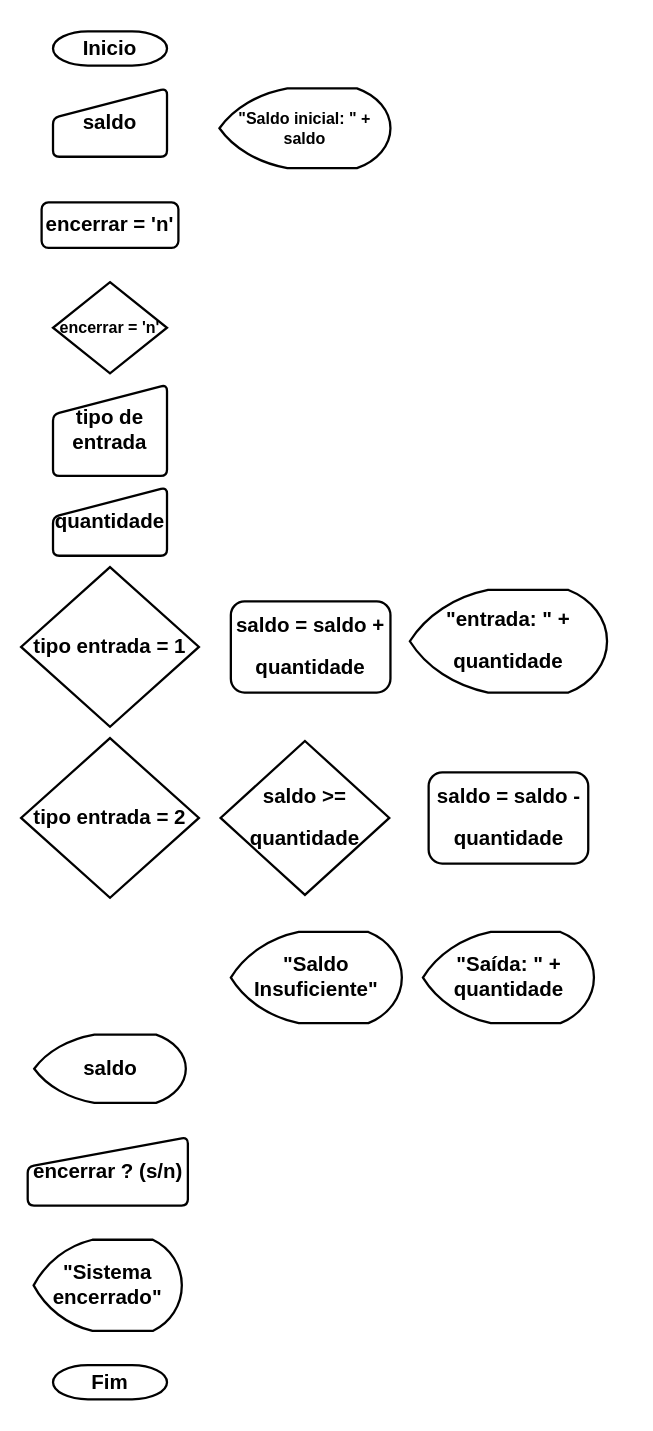
The draw.io diagram situacao-problema-algoritmos.drawio in KellaoDev/simple-js, before the edit. Source tidied: cells renumbered, new cells numbered last; positions are measured from the earlier drawing's top-left corner, leaving out a move shared by most shapes. Both pictures are drawn from the tidied source at 114%, with x=0, y=0 at pixel (21, 31).
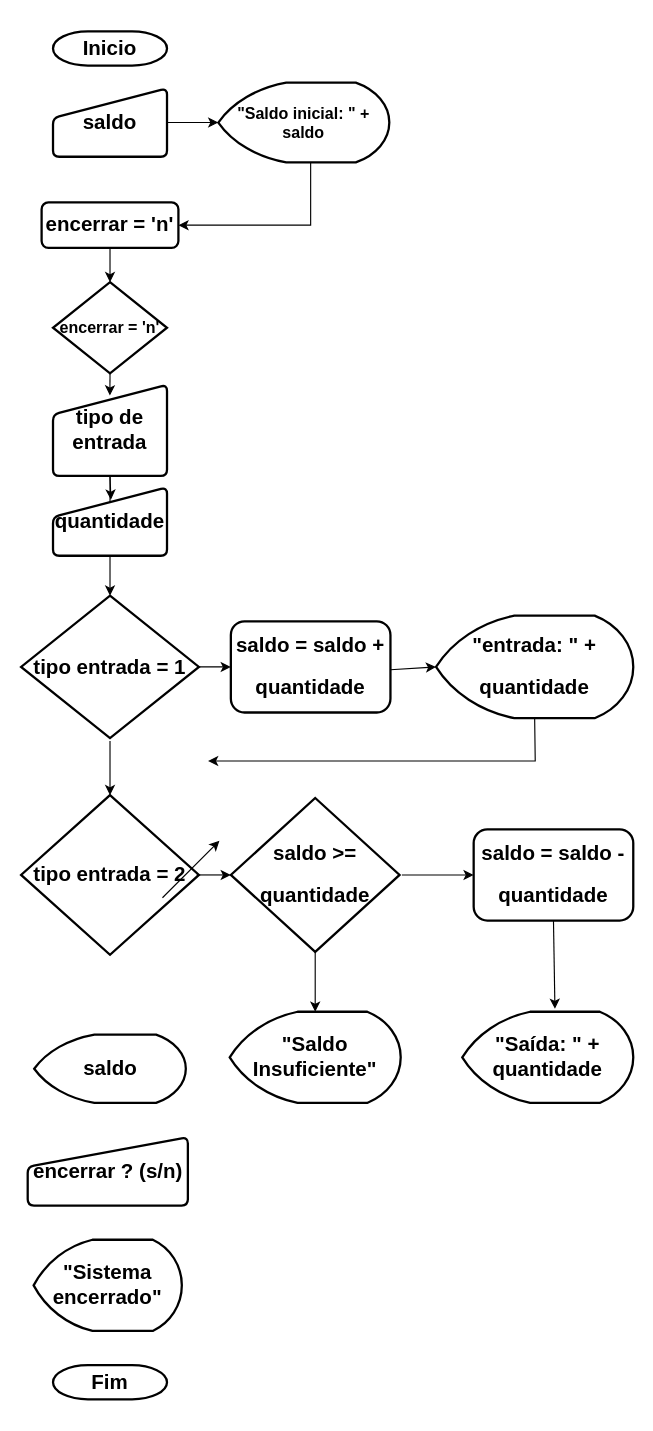
The same page after the edit.

The change refers to these unchanged cells:
```xml
<mxCell id="2" value="&lt;h3&gt;encerrar = 'n'&lt;/h3&gt;" style="strokeWidth=2;html=1;shape=mxgraph.flowchart.decision;whiteSpace=wrap;" parent="1" vertex="1">
  <mxGeometry x="28" y="220" width="100" height="80" as="geometry" />
</mxCell>
<mxCell id="3" value="&lt;h2&gt;saldo&lt;/h2&gt;" style="html=1;strokeWidth=2;shape=manualInput;rounded=1;size=26;arcSize=11;whiteSpace=wrap;" parent="1" vertex="1">
  <mxGeometry x="28" y="50" width="100" height="60" as="geometry" />
</mxCell>
<mxCell id="6" value="&lt;h2&gt;encerrar = 'n'&lt;/h2&gt;" style="rounded=1;whiteSpace=wrap;html=1;strokeWidth=2;" parent="1" vertex="1">
  <mxGeometry x="18" y="150" width="120" height="40" as="geometry" />
</mxCell>
<mxCell id="8" value="&lt;h2&gt;tipo de entrada&lt;/h2&gt;" style="html=1;strokeWidth=2;shape=manualInput;whiteSpace=wrap;rounded=1;size=26;arcSize=11;" parent="1" vertex="1">
  <mxGeometry x="28" y="310" width="100" height="80" as="geometry" />
</mxCell>
<mxCell id="9" value="&lt;h2&gt;quantidade&lt;/h2&gt;" style="html=1;strokeWidth=2;shape=manualInput;whiteSpace=wrap;rounded=1;size=26;arcSize=11;" parent="1" vertex="1">
  <mxGeometry x="28" y="400" width="100" height="60" as="geometry" />
</mxCell>
```

Diff of the diagram source:
```diff
@@
+    <mxCell id="22" style="edgeStyle=orthogonalEdgeStyle;rounded=0;jettySize=auto;html=1;" parent="1" edge="1" source="3" target="4">
+      <mxGeometry relative="1" as="geometry" />
+    </mxCell>
@@
+    <mxCell id="23" style="edgeStyle=orthogonalEdgeStyle;rounded=0;jettySize=auto;html=1;entryX=1;entryY=0.5;entryDx=0;entryDy=0;" parent="1" edge="1" source="4" target="6">
+      <mxGeometry relative="1" as="geometry">
+        <Array as="points">
+          <mxPoint x="254" y="170" />
+        </Array>
+      </mxGeometry>
+    </mxCell>
     <mxCell id="4" value="&lt;h3&gt;&quot;Saldo inicial: &quot; +&lt;br&gt;saldo&lt;/h3&gt;" style="strokeWidth=2;html=1;shape=mxgraph.flowchart.display;whiteSpace=wrap;" parent="1" vertex="1">
-      <mxGeometry x="174" y="50" width="150" height="70" as="geometry" />
+      <mxGeometry x="173" y="45" width="150" height="70" as="geometry" />
     </mxCell>
@@
+    <mxCell id="24" style="edgeStyle=orthogonalEdgeStyle;rounded=0;jettySize=auto;html=1;" parent="1" edge="1" source="6" target="2">
+      <mxGeometry relative="1" as="geometry" />
+    </mxCell>
@@
+    <mxCell id="25" style="edgeStyle=orthogonalEdgeStyle;rounded=0;jettySize=auto;html=1;" parent="1" edge="1" source="8" target="10">
+      <mxGeometry relative="1" as="geometry" />
+    </mxCell>
@@
+    <mxCell id="26" style="edgeStyle=orthogonalEdgeStyle;rounded=0;jettySize=auto;html=1;" parent="1" edge="1" source="10" target="11">
+      <mxGeometry relative="1" as="geometry" />
+    </mxCell>
     <mxCell id="10" value="&lt;h2&gt;tipo entrada = 1&lt;/h2&gt;" style="strokeWidth=2;html=1;shape=mxgraph.flowchart.decision;whiteSpace=wrap;" parent="1" vertex="1">
-      <mxGeometry y="470" width="156" height="140" as="geometry" />
+      <mxGeometry y="495" width="156" height="125" as="geometry" />
     </mxCell>
     <mxCell id="11" value="&lt;h2&gt;saldo = saldo +&lt;/h2&gt;&lt;h2&gt;quantidade&lt;/h2&gt;" style="rounded=1;whiteSpace=wrap;html=1;strokeWidth=2;" parent="1" vertex="1">
-      <mxGeometry x="184" y="500" width="140" height="80" as="geometry" />
+      <mxGeometry x="184" y="517.5" width="140" height="80" as="geometry" />
     </mxCell>
     <mxCell id="12" value="&lt;h2&gt;&quot;entrada: &quot; +&lt;/h2&gt;&lt;h2&gt;quantidade&lt;/h2&gt;" style="strokeWidth=2;html=1;shape=mxgraph.flowchart.display;whiteSpace=wrap;" parent="1" vertex="1">
-      <mxGeometry x="341" y="490" width="173" height="90" as="geometry" />
+      <mxGeometry x="364" y="512.5" width="173" height="90" as="geometry" />
     </mxCell>
     <mxCell id="13" value="&lt;h2&gt;saldo &amp;gt;=&lt;/h2&gt;&lt;h2&gt;quantidade&lt;/h2&gt;" style="strokeWidth=2;html=1;shape=mxgraph.flowchart.decision;whiteSpace=wrap;" parent="1" vertex="1">
-      <mxGeometry x="175" y="622.5" width="148" height="135" as="geometry" />
+      <mxGeometry x="184" y="672.5" width="148" height="135" as="geometry" />
     </mxCell>
     <mxCell id="14" value="&lt;h2&gt;&quot;Saldo Insuficiente&quot;&lt;/h2&gt;" style="strokeWidth=2;html=1;shape=mxgraph.flowchart.display;whiteSpace=wrap;" parent="1" vertex="1">
-      <mxGeometry x="184" y="790" width="150" height="80" as="geometry" />
+      <mxGeometry x="183" y="860" width="150" height="80" as="geometry" />
     </mxCell>
@@
     <mxCell id="18" value="&lt;h2&gt;tipo entrada = 2&lt;/h2&gt;" style="strokeWidth=2;html=1;shape=mxgraph.flowchart.decision;whiteSpace=wrap;" parent="1" vertex="1">
-      <mxGeometry y="620" width="156" height="140" as="geometry" />
+      <mxGeometry y="670" width="156" height="140" as="geometry" />
     </mxCell>
     <mxCell id="19" value="&lt;h2&gt;saldo = saldo -&lt;/h2&gt;&lt;h2&gt;quantidade&lt;/h2&gt;" style="rounded=1;whiteSpace=wrap;html=1;strokeWidth=2;" parent="1" vertex="1">
-      <mxGeometry x="357.5" y="650" width="140" height="80" as="geometry" />
+      <mxGeometry x="397" y="700" width="140" height="80" as="geometry" />
     </mxCell>
     <mxCell id="20" value="&lt;h2&gt;&quot;Saída: &quot; + quantidade&lt;/h2&gt;" style="strokeWidth=2;html=1;shape=mxgraph.flowchart.display;whiteSpace=wrap;" parent="1" vertex="1">
-      <mxGeometry x="352.5" y="790" width="150" height="80" as="geometry" />
+      <mxGeometry x="387" y="860" width="150" height="80" as="geometry" />
     </mxCell>
@@
+    <mxCell id="27" style="endArrow=classic;html=1;rounded=0;entryX=0.499;entryY=0.117;entryDx=0;entryDy=0;entryPerimeter=0;" parent="1" edge="1" target="8">
+      <mxGeometry relative="1" as="geometry">
+        <mxPoint x="78" y="300" as="sourcePoint" />
+      </mxGeometry>
+    </mxCell>
+    <mxCell id="28" style="endArrow=classic;html=1;rounded=0;exitX=0.5;exitY=1;exitDx=0;exitDy=0;entryX=0.508;entryY=0.18;entryDx=0;entryDy=0;entryPerimeter=0;" parent="1" edge="1" source="8" target="9">
+      <mxGeometry relative="1" as="geometry" />
+    </mxCell>
+    <mxCell id="29" style="endArrow=classic;html=1;rounded=0;exitX=0.5;exitY=1;exitDx=0;exitDy=0;exitPerimeter=0;" parent="1" edge="1" source="12">
+      <mxGeometry relative="1" as="geometry">
+        <mxPoint x="164" y="640" as="targetPoint" />
+        <Array as="points">
+          <mxPoint x="451" y="640" />
+        </Array>
+      </mxGeometry>
+    </mxCell>
+    <mxCell id="30" style="endArrow=classic;html=1;rounded=0;" parent="1" edge="1" target="18">
+      <mxGeometry relative="1" as="geometry">
+        <mxPoint x="78" y="622.5" as="sourcePoint" />
+      </mxGeometry>
+    </mxCell>
+    <mxCell id="31" style="endArrow=classic;html=1;rounded=0;entryX=0;entryY=0.5;entryDx=0;entryDy=0;entryPerimeter=0;" parent="1" edge="1" target="12">
+      <mxGeometry relative="1" as="geometry">
+        <mxPoint x="324" y="560" as="sourcePoint" />
+      </mxGeometry>
+    </mxCell>
+    <mxCell id="32" style="endArrow=classic;html=1;rounded=0;entryX=0;entryY=0.5;entryDx=0;entryDy=0;entryPerimeter=0;" parent="1" edge="1" target="13">
+      <mxGeometry relative="1" as="geometry">
+        <mxPoint x="154" y="740" as="sourcePoint" />
+      </mxGeometry>
+    </mxCell>
+    <mxCell id="33" style="endArrow=classic;html=1;rounded=0;entryX=0;entryY=0.5;entryDx=0;entryDy=0;" parent="1" edge="1" target="19">
+      <mxGeometry relative="1" as="geometry">
+        <mxPoint x="334" y="740" as="sourcePoint" />
+      </mxGeometry>
+    </mxCell>
+    <mxCell id="34" style="endArrow=classic;html=1;rounded=0;" parent="1" edge="1">
+      <mxGeometry relative="1" as="geometry">
+        <mxPoint x="124" y="760" as="sourcePoint" />
+        <mxPoint x="174" y="710" as="targetPoint" />
+      </mxGeometry>
+    </mxCell>
+    <mxCell id="35" style="endArrow=classic;html=1;rounded=0;exitX=0.5;exitY=1;exitDx=0;exitDy=0;exitPerimeter=0;" parent="1" edge="1" source="13">
+      <mxGeometry relative="1" as="geometry">
+        <mxPoint x="258" y="860" as="targetPoint" />
+      </mxGeometry>
+    </mxCell>
+    <mxCell id="36" style="endArrow=classic;html=1;rounded=0;exitX=0.5;exitY=1;exitDx=0;exitDy=0;entryX=0.542;entryY=-0.032;entryDx=0;entryDy=0;entryPerimeter=0;" parent="1" edge="1" source="19" target="20">
+      <mxGeometry relative="1" as="geometry" />
+    </mxCell>
```
